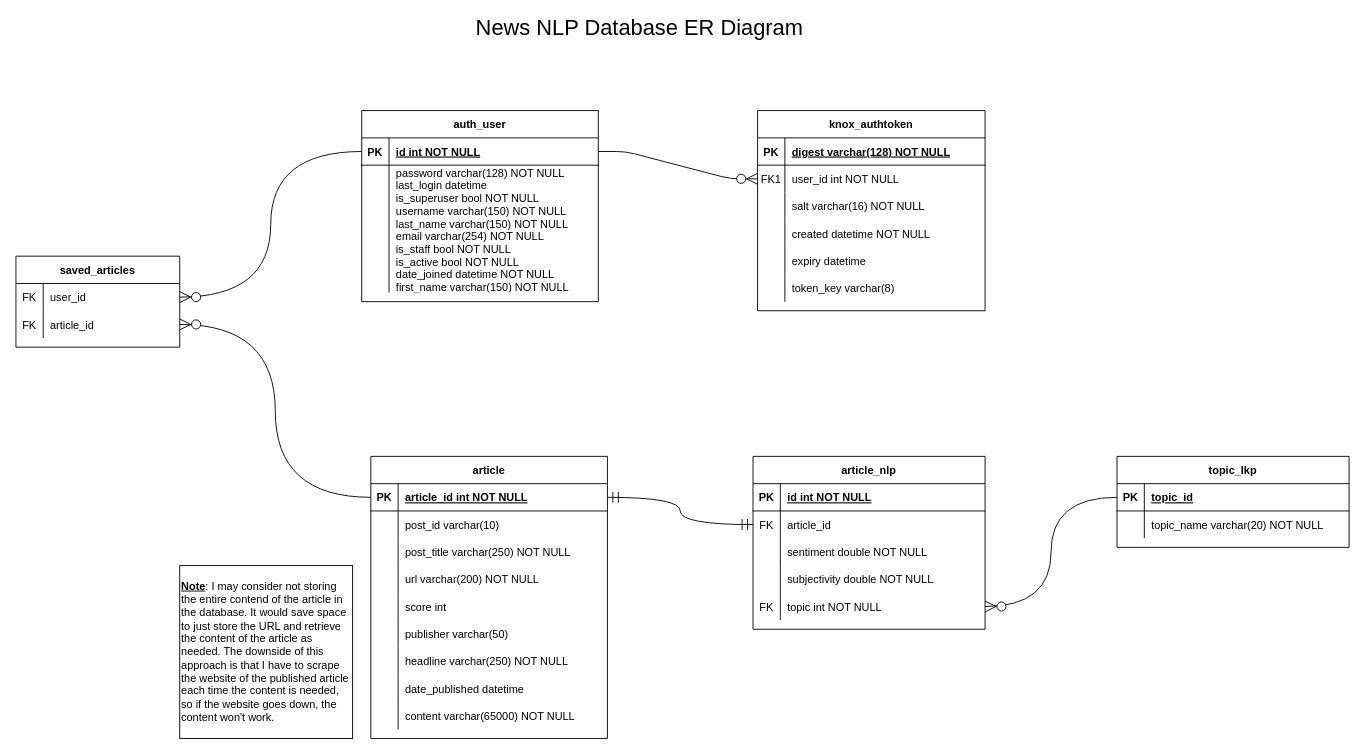
Earlier version of the draw.io diagram ER Diagram.drawio (MarkyMan4/capstone-planning). Source tidied: cells renumbered, new cells numbered last; positions are measured from the earlier drawing's top-left corner, leaving out a move shared by most shapes. Both pictures are drawn from the tidied source at 91%, with x=0, y=0 at pixel (15, 19).
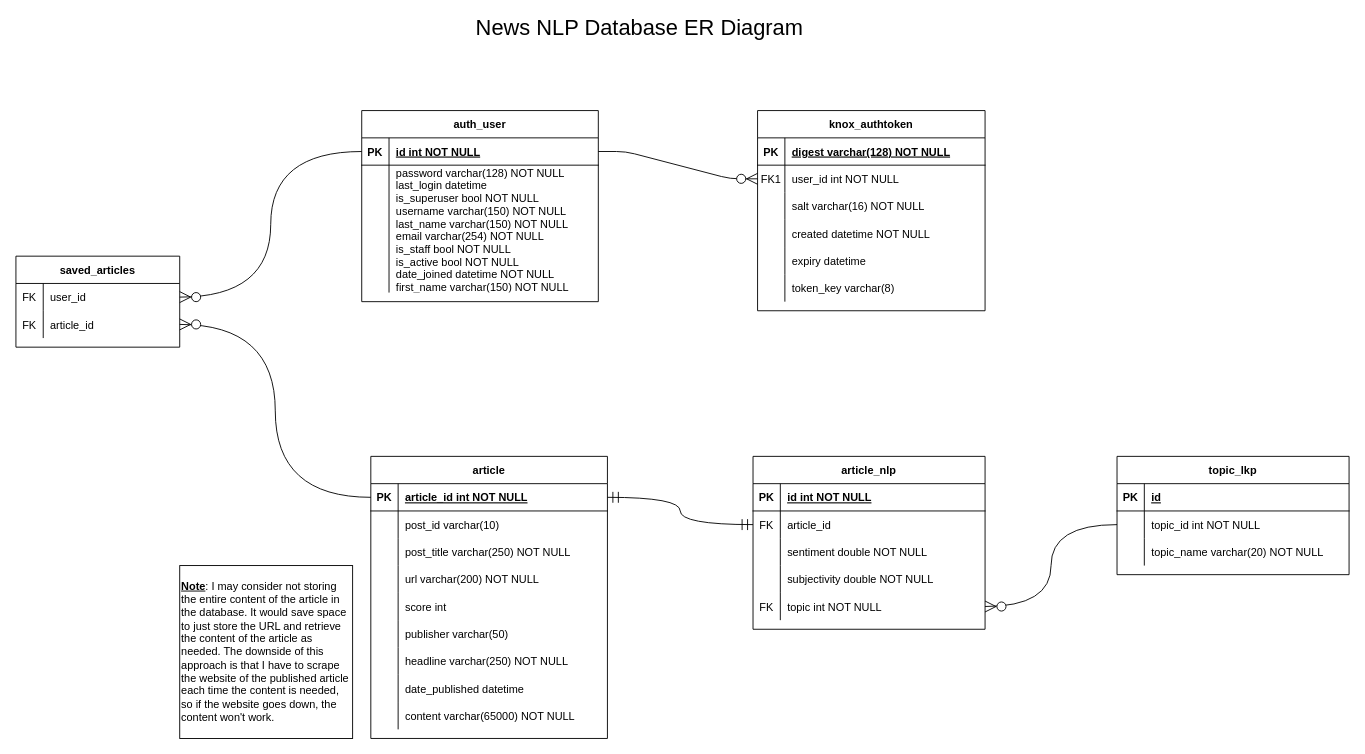
The same page after the edit.

Unchanged cells that the change refers to:
```xml
<mxCell id="72" style="shape=partialRectangle;fillColor=none;top=0;left=0;bottom=0;right=0;points=[[0,0.5],[1,0.5]];portConstraint=eastwest;" parent="59" vertex="1">
  <mxGeometry y="150" width="255" height="30" as="geometry" />
</mxCell>
<mxCell id="84" style="shape=partialRectangle;fillColor=none;top=0;left=0;bottom=1;right=0;points=[[0,0.5],[1,0.5]];portConstraint=eastwest;" parent="83" vertex="1">
  <mxGeometry y="30" width="255" height="30" as="geometry" />
</mxCell>
<mxCell id="87" style="shape=partialRectangle;fillColor=none;top=0;left=0;bottom=0;right=0;points=[[0,0.5],[1,0.5]];portConstraint=eastwest;" parent="83" vertex="1">
  <mxGeometry y="60" width="255" height="30" as="geometry" />
</mxCell>
```

Diff of the diagram source:
```diff
@@
     <mxCell id="83" value="topic_lkp" style="shape=table;startSize=30;childLayout=tableLayout;rowLines=0;fontStyle=1;align=center;" parent="1" vertex="1">
-      <mxGeometry x="1210" y="480" width="255" height="100" as="geometry" />
+      <mxGeometry x="1210" y="480" width="255" height="130" as="geometry" />
     </mxCell>
@@
-    <mxCell id="86" value="topic_id" style="shape=partialRectangle;fillColor=none;top=0;left=0;bottom=0;right=0;align=left;spacingLeft=6;fontStyle=5;overflow=hidden;" parent="84" vertex="1">
+    <mxCell id="86" value="id" style="shape=partialRectangle;fillColor=none;top=0;left=0;bottom=0;right=0;align=left;spacingLeft=6;fontStyle=5;overflow=hidden;" parent="84" vertex="1">
       <mxGeometry x="30" width="225" height="30" as="geometry" />
     </mxCell>
@@
-    <mxCell id="89" value="topic_name varchar(20) NOT NULL" style="shape=partialRectangle;fillColor=none;top=0;left=0;bottom=0;right=0;align=left;spacingLeft=6;overflow=hidden;" parent="87" vertex="1">
+    <mxCell id="89" value="topic_id int NOT NULL" style="shape=partialRectangle;fillColor=none;top=0;left=0;bottom=0;right=0;align=left;spacingLeft=6;overflow=hidden;" parent="87" vertex="1">
       <mxGeometry x="30" width="225" height="30" as="geometry" />
     </mxCell>
+    <mxCell id="93" style="shape=partialRectangle;fillColor=none;top=0;left=0;bottom=0;right=0;" parent="83" vertex="1">
+      <mxGeometry y="90" width="255" height="30" as="geometry" />
+    </mxCell>
+    <mxCell id="94" style="shape=partialRectangle;fillColor=none;top=0;left=0;bottom=0;right=0;overflow=hidden;" parent="93" vertex="1">
+      <mxGeometry width="30" height="30" as="geometry" />
+    </mxCell>
+    <mxCell id="95" value="topic_name varchar(20) NOT NULL" style="shape=partialRectangle;fillColor=none;top=0;left=0;bottom=0;right=0;align=left;spacingLeft=6;overflow=hidden;" parent="93" vertex="1">
+      <mxGeometry x="30" width="225" height="30" as="geometry" />
+    </mxCell>
-    <mxCell id="90" style="edgeStyle=orthogonalEdgeStyle;curved=1;rounded=0;jettySize=auto;html=1;exitX=0;exitY=0.5;exitDx=0;exitDy=0;entryX=1;entryY=0.5;entryDx=0;entryDy=0;startArrow=none;startFill=0;startSize=10;endArrow=ERzeroToMany;endFill=1;endSize=10;" parent="1" edge="1" source="84" target="72">
+    <mxCell id="90" style="edgeStyle=orthogonalEdgeStyle;curved=1;rounded=0;jettySize=auto;html=1;exitX=0;exitY=0.5;exitDx=0;exitDy=0;entryX=1;entryY=0.5;entryDx=0;entryDy=0;startArrow=none;startFill=0;startSize=10;endArrow=ERzeroToMany;endFill=1;endSize=10;" parent="1" edge="1" source="87" target="72">
       <mxGeometry relative="1" as="geometry" />
     </mxCell>
@@
-    <mxCell id="92" value="&lt;b&gt;&lt;u&gt;Note&lt;/u&gt;&lt;/b&gt;: I may consider not storing the entire contend of the article in the database. It would save space to just store the URL and retrieve the content of the article as needed. The downside of this approach is that I have to scrape the website of the published article each time the content is needed, so if the website goes down, the content won't work." style="rounded=0;whiteSpace=wrap;html=1;align=left;" parent="1" vertex="1">
+    <mxCell id="92" value="&lt;b&gt;&lt;u&gt;Note&lt;/u&gt;&lt;/b&gt;: I may consider not storing the entire content of the article in the database. It would save space to just store the URL and retrieve the content of the article as needed. The downside of this approach is that I have to scrape the website of the published article each time the content is needed, so if the website goes down, the content won't work." style="rounded=0;whiteSpace=wrap;html=1;align=left;" parent="1" vertex="1">
       <mxGeometry x="180" y="600" width="190" height="190" as="geometry" />
     </mxCell>
```
